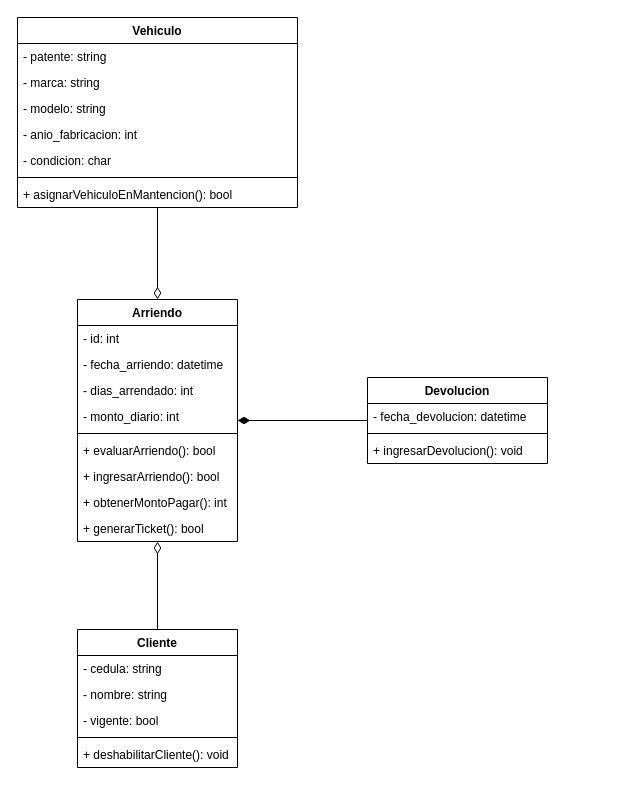
JeanPiffaut/Car-Rent keeps this draw.io diagram as Diagrama/Diagrama Car-Rent.drawio. Above is the earlier version. Source tidied: cells renumbered, new cells numbered last; positions are measured from the earlier drawing's top-left corner, leaving out a move shared by most shapes. Both pictures are drawn from the tidied source at 100%, with x=0, y=0 at pixel (17, 17).
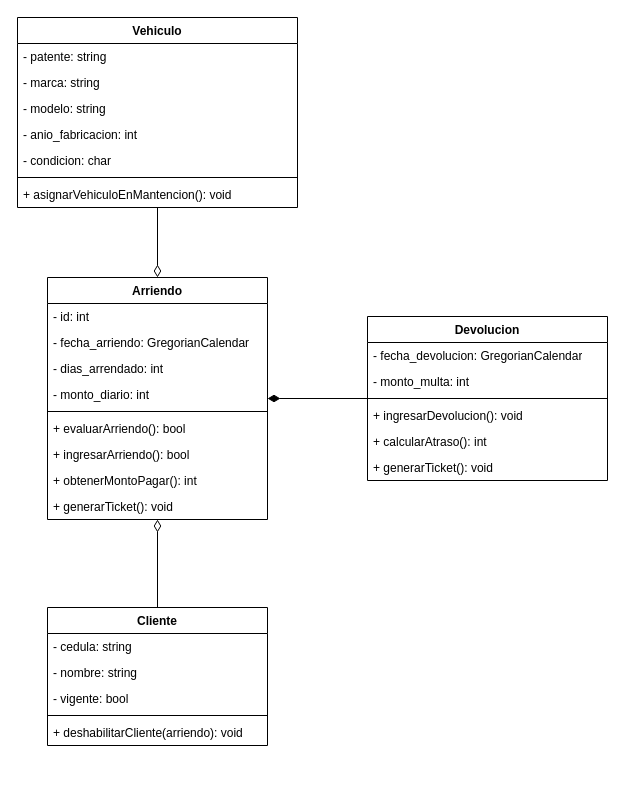
Above is the later version.

Commit message (it also covers changes not shown here):
Actualización Diagramas

Unchanged cells that the change refers to:
```xml
<mxCell id="2" value="Vehiculo" style="swimlane;fontStyle=1;align=center;verticalAlign=top;horizontal=1;startSize=26;whiteSpace=wrap;html=1;" parent="1" vertex="1">
  <mxGeometry width="280" height="190" as="geometry" />
</mxCell>
```

The edit, as a diff of the source:
```diff
@@
-    <mxCell id="9" value="+ asignarVehiculoEnMantencion(): bool" style="text;strokeColor=none;fillColor=none;align=left;verticalAlign=top;spacingLeft=4;spacingRight=4;overflow=hidden;whiteSpace=wrap;html=1;" parent="2" vertex="1">
+    <mxCell id="9" value="+ asignarVehiculoEnMantencion(): void" style="text;strokeColor=none;fillColor=none;align=left;verticalAlign=top;spacingLeft=4;spacingRight=4;overflow=hidden;whiteSpace=wrap;html=1;" parent="2" vertex="1">
       <mxGeometry y="164" width="280" height="26" as="geometry" />
     </mxCell>
     <mxCell id="10" value="Cliente" style="swimlane;fontStyle=1;align=center;verticalAlign=top;horizontal=1;startSize=26;whiteSpace=wrap;html=1;" parent="1" vertex="1">
-      <mxGeometry x="60" y="612" width="160" height="138" as="geometry" />
+      <mxGeometry x="30" y="590" width="220" height="138" as="geometry" />
     </mxCell>
     <mxCell id="11" value="- cedula: string" style="text;strokeColor=none;fillColor=none;align=left;verticalAlign=top;spacingLeft=4;spacingRight=4;overflow=hidden;whiteSpace=wrap;html=1;" parent="10" vertex="1">
-      <mxGeometry y="26" width="160" height="26" as="geometry" />
+      <mxGeometry y="26" width="220" height="26" as="geometry" />
     </mxCell>
     <mxCell id="12" value="- nombre: string" style="text;strokeColor=none;fillColor=none;align=left;verticalAlign=top;spacingLeft=4;spacingRight=4;overflow=hidden;whiteSpace=wrap;html=1;" parent="10" vertex="1">
-      <mxGeometry y="52" width="160" height="26" as="geometry" />
+      <mxGeometry y="52" width="220" height="26" as="geometry" />
     </mxCell>
     <mxCell id="13" value="- vigente: bool" style="text;strokeColor=none;fillColor=none;align=left;verticalAlign=top;spacingLeft=4;spacingRight=4;overflow=hidden;whiteSpace=wrap;html=1;" parent="10" vertex="1">
-      <mxGeometry y="78" width="160" height="26" as="geometry" />
+      <mxGeometry y="78" width="220" height="26" as="geometry" />
     </mxCell>
     <mxCell id="14" style="line;strokeWidth=1;fillColor=none;align=left;verticalAlign=middle;spacingTop=-1;spacingLeft=3;spacingRight=3;labelPosition=right;strokeColor=inherit;" parent="10" vertex="1">
-      <mxGeometry y="104" width="160" height="8" as="geometry" />
+      <mxGeometry y="104" width="220" height="8" as="geometry" />
     </mxCell>
-    <mxCell id="15" value="+ deshabilitarCliente(): void" style="text;strokeColor=none;fillColor=none;align=left;verticalAlign=top;spacingLeft=4;spacingRight=4;overflow=hidden;whiteSpace=wrap;html=1;" parent="10" vertex="1">
-      <mxGeometry y="112" width="160" height="26" as="geometry" />
+    <mxCell id="15" value="+ deshabilitarCliente(arriendo): void" style="text;strokeColor=none;fillColor=none;align=left;verticalAlign=top;spacingLeft=4;spacingRight=4;overflow=hidden;whiteSpace=wrap;html=1;" parent="10" vertex="1">
+      <mxGeometry y="112" width="220" height="26" as="geometry" />
     </mxCell>
     <mxCell id="16" value="Arriendo" style="swimlane;fontStyle=1;align=center;verticalAlign=top;horizontal=1;startSize=26;whiteSpace=wrap;html=1;" parent="1" vertex="1">
-      <mxGeometry x="60" y="282" width="160" height="242" as="geometry" />
+      <mxGeometry x="30" y="260" width="220" height="242" as="geometry" />
     </mxCell>
     <mxCell id="17" value="- id: int" style="text;strokeColor=none;fillColor=none;align=left;verticalAlign=top;spacingLeft=4;spacingRight=4;overflow=hidden;whiteSpace=wrap;html=1;" parent="16" vertex="1">
-      <mxGeometry y="26" width="160" height="26" as="geometry" />
+      <mxGeometry y="26" width="220" height="26" as="geometry" />
     </mxCell>
-    <mxCell id="18" value="- fecha_arriendo: datetime" style="text;strokeColor=none;fillColor=none;align=left;verticalAlign=top;spacingLeft=4;spacingRight=4;overflow=hidden;whiteSpace=wrap;html=1;" parent="16" vertex="1">
-      <mxGeometry y="52" width="160" height="26" as="geometry" />
+    <mxCell id="18" value="- fecha_arriendo: GregorianCalendar" style="text;strokeColor=none;fillColor=none;align=left;verticalAlign=top;spacingLeft=4;spacingRight=4;overflow=hidden;whiteSpace=wrap;html=1;" parent="16" vertex="1">
+      <mxGeometry y="52" width="220" height="26" as="geometry" />
     </mxCell>
     <mxCell id="19" value="- dias_arrendado: int" style="text;strokeColor=none;fillColor=none;align=left;verticalAlign=top;spacingLeft=4;spacingRight=4;overflow=hidden;whiteSpace=wrap;html=1;" parent="16" vertex="1">
-      <mxGeometry y="78" width="160" height="26" as="geometry" />
+      <mxGeometry y="78" width="220" height="26" as="geometry" />
     </mxCell>
     <mxCell id="20" value="- monto_diario: int" style="text;strokeColor=none;fillColor=none;align=left;verticalAlign=top;spacingLeft=4;spacingRight=4;overflow=hidden;whiteSpace=wrap;html=1;" parent="16" vertex="1">
-      <mxGeometry y="104" width="160" height="26" as="geometry" />
+      <mxGeometry y="104" width="220" height="26" as="geometry" />
     </mxCell>
     <mxCell id="21" style="line;strokeWidth=1;fillColor=none;align=left;verticalAlign=middle;spacingTop=-1;spacingLeft=3;spacingRight=3;labelPosition=right;strokeColor=inherit;" parent="16" vertex="1">
-      <mxGeometry y="130" width="160" height="8" as="geometry" />
+      <mxGeometry y="130" width="220" height="8" as="geometry" />
     </mxCell>
     <mxCell id="22" value="+ evaluarArriendo(): bool" style="text;strokeColor=none;fillColor=none;align=left;verticalAlign=top;spacingLeft=4;spacingRight=4;overflow=hidden;whiteSpace=wrap;html=1;" parent="16" vertex="1">
-      <mxGeometry y="138" width="160" height="26" as="geometry" />
+      <mxGeometry y="138" width="220" height="26" as="geometry" />
     </mxCell>
     <mxCell id="23" value="+ ingresarArriendo(): bool" style="text;strokeColor=none;fillColor=none;align=left;verticalAlign=top;spacingLeft=4;spacingRight=4;overflow=hidden;whiteSpace=wrap;html=1;" parent="16" vertex="1">
-      <mxGeometry y="164" width="160" height="26" as="geometry" />
+      <mxGeometry y="164" width="220" height="26" as="geometry" />
     </mxCell>
     <mxCell id="24" value="+ obtenerMontoPagar(): int" style="text;strokeColor=none;fillColor=none;align=left;verticalAlign=top;spacingLeft=4;spacingRight=4;overflow=hidden;whiteSpace=wrap;html=1;" parent="16" vertex="1">
-      <mxGeometry y="190" width="160" height="26" as="geometry" />
+      <mxGeometry y="190" width="220" height="26" as="geometry" />
     </mxCell>
-    <mxCell id="25" value="+ generarTicket(): bool" style="text;strokeColor=none;fillColor=none;align=left;verticalAlign=top;spacingLeft=4;spacingRight=4;overflow=hidden;whiteSpace=wrap;html=1;" parent="16" vertex="1">
-      <mxGeometry y="216" width="160" height="26" as="geometry" />
+    <mxCell id="25" value="+ generarTicket(): void" style="text;strokeColor=none;fillColor=none;align=left;verticalAlign=top;spacingLeft=4;spacingRight=4;overflow=hidden;whiteSpace=wrap;html=1;" parent="16" vertex="1">
+      <mxGeometry y="216" width="220" height="26" as="geometry" />
     </mxCell>
     <mxCell id="26" value="Devolucion" style="swimlane;fontStyle=1;align=center;verticalAlign=top;horizontal=1;startSize=26;whiteSpace=wrap;html=1;" parent="1" vertex="1">
-      <mxGeometry x="350" y="360" width="180" height="86" as="geometry" />
+      <mxGeometry x="350" y="299" width="240" height="164" as="geometry" />
     </mxCell>
+    <mxCell id="33" value="- fecha_devolucion: GregorianCalendar" style="text;strokeColor=none;fillColor=none;align=left;verticalAlign=top;spacingLeft=4;spacingRight=4;overflow=hidden;whiteSpace=wrap;html=1;" parent="26" vertex="1">
+      <mxGeometry y="26" width="240" height="26" as="geometry" />
+    </mxCell>
-    <mxCell id="27" value="- fecha_devolucion: datetime" style="text;strokeColor=none;fillColor=none;align=left;verticalAlign=top;spacingLeft=4;spacingRight=4;overflow=hidden;whiteSpace=wrap;html=1;" parent="26" vertex="1">
-      <mxGeometry y="26" width="180" height="26" as="geometry" />
+    <mxCell id="27" value="- monto_multa: int" style="text;strokeColor=none;fillColor=none;align=left;verticalAlign=top;spacingLeft=4;spacingRight=4;overflow=hidden;whiteSpace=wrap;html=1;" parent="26" vertex="1">
+      <mxGeometry y="52" width="240" height="26" as="geometry" />
     </mxCell>
     <mxCell id="28" style="line;strokeWidth=1;fillColor=none;align=left;verticalAlign=middle;spacingTop=-1;spacingLeft=3;spacingRight=3;labelPosition=right;strokeColor=inherit;" parent="26" vertex="1">
-      <mxGeometry y="52" width="180" height="8" as="geometry" />
+      <mxGeometry y="78" width="240" height="8" as="geometry" />
     </mxCell>
     <mxCell id="29" value="+ ingresarDevolucion(): void" style="text;strokeColor=none;fillColor=none;align=left;verticalAlign=top;spacingLeft=4;spacingRight=4;overflow=hidden;whiteSpace=wrap;html=1;" parent="26" vertex="1">
-      <mxGeometry y="60" width="180" height="26" as="geometry" />
+      <mxGeometry y="86" width="240" height="26" as="geometry" />
     </mxCell>
+    <mxCell id="34" value="+ calcularAtraso(): int" style="text;strokeColor=none;fillColor=none;align=left;verticalAlign=top;spacingLeft=4;spacingRight=4;overflow=hidden;whiteSpace=wrap;html=1;" parent="26" vertex="1">
+      <mxGeometry y="112" width="240" height="26" as="geometry" />
+    </mxCell>
+    <mxCell id="35" value="+ generarTicket(): void" style="text;strokeColor=none;fillColor=none;align=left;verticalAlign=top;spacingLeft=4;spacingRight=4;overflow=hidden;whiteSpace=wrap;html=1;" parent="26" vertex="1">
+      <mxGeometry y="138" width="240" height="26" as="geometry" />
+    </mxCell>
```
